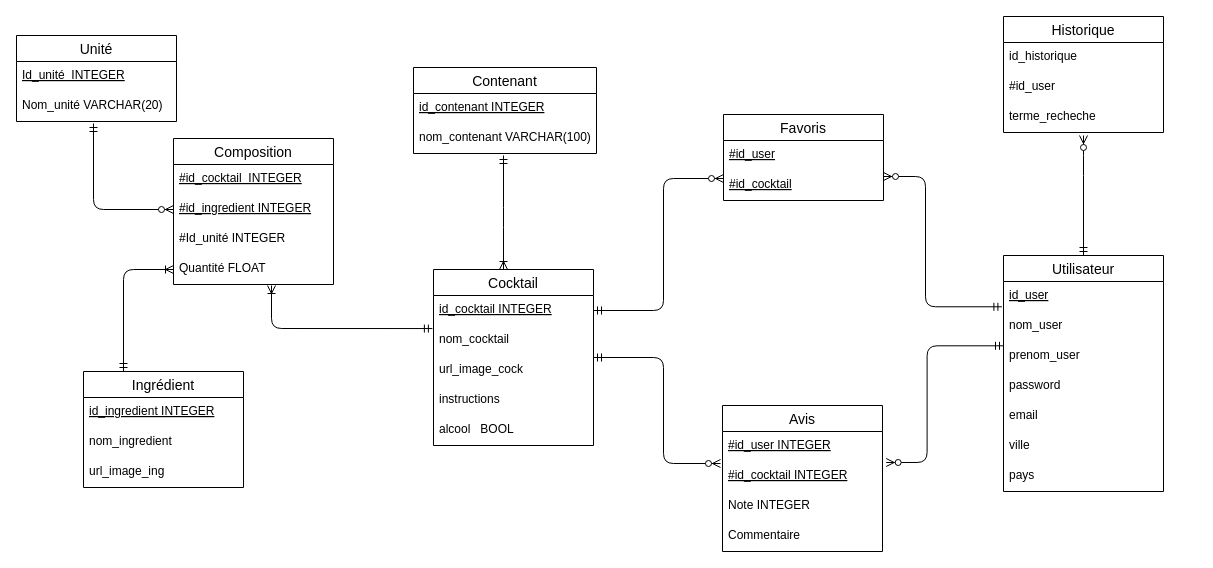
snouatin/ProjetInfo2A keeps this draw.io diagram as Diagramme de Base de données.drawio. Above is the earlier version. Source tidied: cells renumbered, new cells numbered last; positions are measured from the earlier drawing's top-left corner, leaving out a move shared by most shapes. Both pictures are drawn from the tidied source at 100%, with x=0, y=0 at pixel (16, 16).
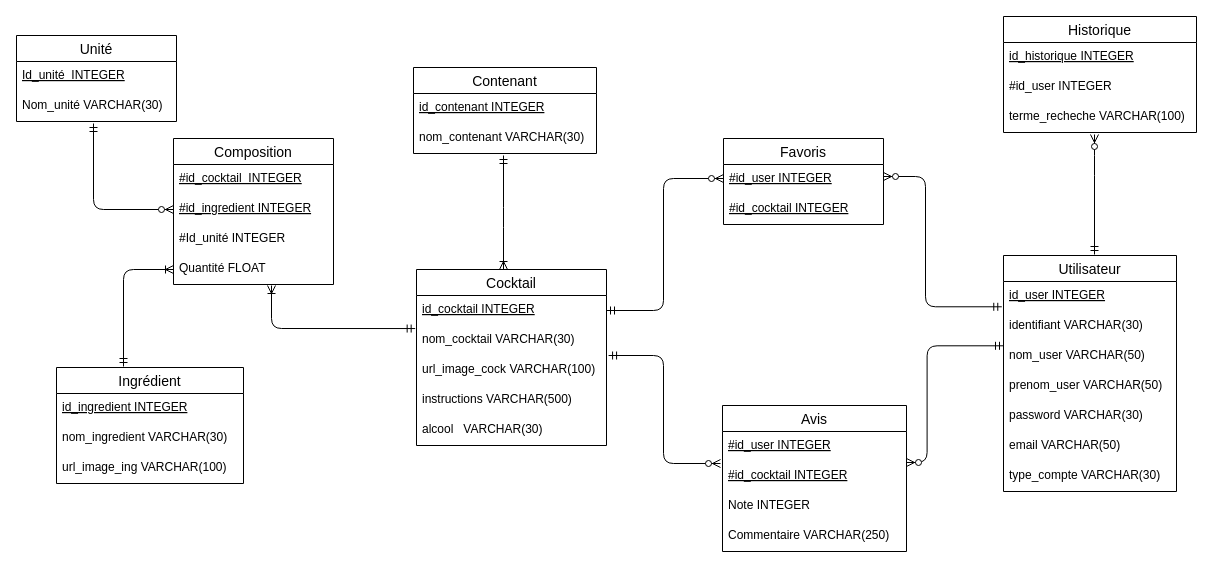
The same page after the edit.

The change refers to these unchanged cells:
```xml
<mxCell id="19" value="Quantité FLOAT" style="text;strokeColor=none;fillColor=none;spacingLeft=4;spacingRight=4;overflow=hidden;points=[[0,0.5],[1,0.5]];portConstraint=eastwest;fontSize=12;fontStyle=0;" parent="15" vertex="1">
  <mxGeometry y="116" width="160" height="30" as="geometry" />
</mxCell>
<mxCell id="20" value="Unité" style="swimlane;fontStyle=0;horizontal=1;startSize=26;align=center;fontSize=14;" parent="1" vertex="1">
  <mxGeometry y="19" width="160" height="86" as="geometry" />
</mxCell>
<mxCell id="37" value="Contenant" style="swimlane;fontStyle=0;horizontal=1;startSize=26;align=center;fontSize=14;" parent="1" vertex="1">
  <mxGeometry x="397" y="51" width="183" height="86" as="geometry" />
</mxCell>
```

Change to the diagram source:
```diff
@@
-    <mxCell id="3" style="edgeStyle=elbowEdgeStyle;fontSize=12;html=1;endArrow=ERoneToMany;startArrow=ERmandOne;exitX=0.25;exitY=0;exitDx=0;exitDy=0;entryX=0;entryY=0.5;entryDx=0;entryDy=0;" parent="1" edge="1" source="11" target="19">
+    <mxCell id="3" style="edgeStyle=elbowEdgeStyle;fontSize=12;html=1;endArrow=ERoneToMany;startArrow=ERmandOne;entryX=0;entryY=0.5;entryDx=0;entryDy=0;" parent="1" edge="1" target="19">
       <mxGeometry relative="1" as="geometry">
+        <mxPoint x="107" y="350" as="sourcePoint" />
         <Array as="points">
           <mxPoint x="107" y="309" />
         </Array>
       </mxGeometry>
     </mxCell>
@@
-    <mxCell id="8" style="edgeStyle=elbowEdgeStyle;fontSize=12;html=1;endArrow=ERzeroToMany;startArrow=ERmandOne;exitX=1;exitY=0.5;exitDx=0;exitDy=0;" parent="1" edge="1">
+    <mxCell id="8" style="edgeStyle=elbowEdgeStyle;fontSize=12;html=1;endArrow=ERzeroToMany;startArrow=ERmandOne;exitX=1.011;exitY=0;exitDx=0;exitDy=0;exitPerimeter=0;" parent="1" edge="1" source="26">
       <mxGeometry relative="1" as="geometry">
-        <mxPoint x="577" y="341" as="sourcePoint" />
         <mxPoint x="704" y="447" as="targetPoint" />
         <Array as="points">
           <mxPoint x="647" y="286" />
         </Array>
       </mxGeometry>
     </mxCell>
-    <mxCell id="9" style="edgeStyle=elbowEdgeStyle;fontSize=12;html=1;endArrow=ERzeroToMany;startArrow=ERmandOne;exitX=-0.01;exitY=-0.157;exitDx=0;exitDy=0;exitPerimeter=0;entryX=1.023;entryY=0.033;entryDx=0;entryDy=0;entryPerimeter=0;" parent="1" edge="1" target="34">
+    <mxCell id="9" style="edgeStyle=elbowEdgeStyle;fontSize=12;html=1;endArrow=ERzeroToMany;startArrow=ERmandOne;exitX=-0.01;exitY=-0.157;exitDx=0;exitDy=0;exitPerimeter=0;entryX=1;entryY=0.033;entryDx=0;entryDy=0;entryPerimeter=0;" parent="1" edge="1" target="34">
       <mxGeometry relative="1" as="geometry">
         <mxPoint x="987" y="329.3" as="sourcePoint" />
         <Array as="points">
           <mxPoint x="910.6" y="291" />
         </Array>
       </mxGeometry>
     </mxCell>
-    <mxCell id="10" style="edgeStyle=elbowEdgeStyle;fontSize=12;html=1;endArrow=ERzeroToMany;startArrow=ERmandOne;exitX=0.5;exitY=0;exitDx=0;exitDy=0;elbow=vertical;" parent="1" edge="1" source="40">
+    <mxCell id="10" style="edgeStyle=elbowEdgeStyle;fontSize=12;html=1;endArrow=ERzeroToMany;startArrow=ERmandOne;elbow=vertical;" parent="1" edge="1">
       <mxGeometry relative="1" as="geometry">
-        <mxPoint x="1067" y="119" as="targetPoint" />
+        <mxPoint x="1078" y="238" as="sourcePoint" />
+        <mxPoint x="1078" y="118" as="targetPoint" />
         <Array as="points">
           <mxPoint x="1057" y="149" />
         </Array>
       </mxGeometry>
     </mxCell>
     <mxCell id="11" value="Ingrédient" style="swimlane;fontStyle=0;horizontal=1;startSize=26;align=center;fontSize=14;" parent="1" vertex="1">
-      <mxGeometry x="67" y="355" width="160" height="116" as="geometry" />
+      <mxGeometry x="40" y="351" width="187" height="116" as="geometry" />
     </mxCell>
     <mxCell id="12" value="id_ingredient INTEGER" style="text;strokeColor=none;fillColor=none;spacingLeft=4;spacingRight=4;overflow=hidden;fontSize=12;fontStyle=4;" parent="11" vertex="1">
-      <mxGeometry y="26" width="160" height="30" as="geometry" />
+      <mxGeometry y="26" width="187" height="30" as="geometry" />
     </mxCell>
-    <mxCell id="13" value="nom_ingredient" style="text;strokeColor=none;fillColor=none;spacingLeft=4;spacingRight=4;overflow=hidden;fontSize=12;" parent="11" vertex="1">
-      <mxGeometry y="56" width="160" height="30" as="geometry" />
+    <mxCell id="13" value="nom_ingredient VARCHAR(30)" style="text;strokeColor=none;fillColor=none;spacingLeft=4;spacingRight=4;overflow=hidden;fontSize=12;" parent="11" vertex="1">
+      <mxGeometry y="56" width="187" height="30" as="geometry" />
     </mxCell>
-    <mxCell id="14" value="url_image_ing" style="text;strokeColor=none;fillColor=none;spacingLeft=4;spacingRight=4;overflow=hidden;fontSize=12;" parent="11" vertex="1">
-      <mxGeometry y="86" width="160" height="30" as="geometry" />
+    <mxCell id="14" value="url_image_ing VARCHAR(100)" style="text;strokeColor=none;fillColor=none;spacingLeft=4;spacingRight=4;overflow=hidden;fontSize=12;" parent="11" vertex="1">
+      <mxGeometry y="86" width="187" height="30" as="geometry" />
     </mxCell>
@@
-    <mxCell id="22" value="Nom_unité VARCHAR(20)" style="text;strokeColor=none;fillColor=none;spacingLeft=4;spacingRight=4;overflow=hidden;fontSize=12;" parent="20" vertex="1">
+    <mxCell id="22" value="Nom_unité VARCHAR(30)" style="text;strokeColor=none;fillColor=none;spacingLeft=4;spacingRight=4;overflow=hidden;fontSize=12;" parent="20" vertex="1">
       <mxGeometry y="56" width="160" height="30" as="geometry" />
     </mxCell>
     <mxCell id="23" value="Cocktail" style="swimlane;fontStyle=0;horizontal=1;startSize=26;align=center;fontSize=14;" parent="1" vertex="1">
-      <mxGeometry x="417" y="253" width="160" height="176" as="geometry" />
+      <mxGeometry x="400" y="253" width="190" height="176" as="geometry" />
     </mxCell>
     <mxCell id="24" value="id_cocktail INTEGER" style="text;strokeColor=none;fillColor=none;spacingLeft=4;spacingRight=4;overflow=hidden;points=[[0,0.5],[1,0.5]];portConstraint=eastwest;fontSize=12;fontStyle=4;" parent="23" vertex="1">
-      <mxGeometry y="26" width="160" height="30" as="geometry" />
+      <mxGeometry y="26" width="190" height="30" as="geometry" />
     </mxCell>
-    <mxCell id="25" value="nom_cocktail" style="text;strokeColor=none;fillColor=none;spacingLeft=4;spacingRight=4;overflow=hidden;points=[[0,0.5],[1,0.5]];portConstraint=eastwest;fontSize=12;" parent="23" vertex="1">
-      <mxGeometry y="56" width="160" height="30" as="geometry" />
+    <mxCell id="25" value="nom_cocktail VARCHAR(30)" style="text;strokeColor=none;fillColor=none;spacingLeft=4;spacingRight=4;overflow=hidden;points=[[0,0.5],[1,0.5]];portConstraint=eastwest;fontSize=12;" parent="23" vertex="1">
+      <mxGeometry y="56" width="190" height="30" as="geometry" />
     </mxCell>
-    <mxCell id="26" value="url_image_cock" style="text;strokeColor=none;fillColor=none;spacingLeft=4;spacingRight=4;overflow=hidden;points=[[0,0.5],[1,0.5]];portConstraint=eastwest;fontSize=12;" parent="23" vertex="1">
-      <mxGeometry y="86" width="160" height="30" as="geometry" />
+    <mxCell id="26" value="url_image_cock VARCHAR(100)" style="text;strokeColor=none;fillColor=none;spacingLeft=4;spacingRight=4;overflow=hidden;points=[[0,0.5],[1,0.5]];portConstraint=eastwest;fontSize=12;" parent="23" vertex="1">
+      <mxGeometry y="86" width="190" height="30" as="geometry" />
     </mxCell>
-    <mxCell id="27" value="instructions" style="text;strokeColor=none;fillColor=none;spacingLeft=4;spacingRight=4;overflow=hidden;fontSize=12;" parent="23" vertex="1">
-      <mxGeometry y="116" width="160" height="30" as="geometry" />
+    <mxCell id="27" value="instructions VARCHAR(500)" style="text;strokeColor=none;fillColor=none;spacingLeft=4;spacingRight=4;overflow=hidden;fontSize=12;" parent="23" vertex="1">
+      <mxGeometry y="116" width="190" height="30" as="geometry" />
     </mxCell>
-    <mxCell id="28" value="alcool   BOOL" style="text;strokeColor=none;fillColor=none;spacingLeft=4;spacingRight=4;overflow=hidden;fontSize=12;" parent="23" vertex="1">
-      <mxGeometry y="146" width="160" height="30" as="geometry" />
+    <mxCell id="28" value="alcool   VARCHAR(30)" style="text;strokeColor=none;fillColor=none;spacingLeft=4;spacingRight=4;overflow=hidden;fontSize=12;" parent="23" vertex="1">
+      <mxGeometry y="146" width="190" height="30" as="geometry" />
     </mxCell>
     <mxCell id="29" value="Favoris" style="swimlane;fontStyle=0;horizontal=1;startSize=26;align=center;fontSize=14;" parent="1" vertex="1">
-      <mxGeometry x="707" y="98" width="160" height="86" as="geometry" />
+      <mxGeometry x="707" y="122" width="160" height="86" as="geometry" />
     </mxCell>
-    <mxCell id="30" value="#id_user" style="text;strokeColor=none;fillColor=none;spacingLeft=4;spacingRight=4;overflow=hidden;fontSize=12;fontStyle=4;" parent="29" vertex="1">
+    <mxCell id="30" value="#id_user INTEGER" style="text;strokeColor=none;fillColor=none;spacingLeft=4;spacingRight=4;overflow=hidden;fontSize=12;fontStyle=4;" parent="29" vertex="1">
       <mxGeometry y="26" width="160" height="30" as="geometry" />
     </mxCell>
-    <mxCell id="31" value="#id_cocktail" style="text;strokeColor=none;fillColor=none;spacingLeft=4;spacingRight=4;overflow=hidden;fontSize=12;fontStyle=4;" parent="29" vertex="1">
+    <mxCell id="31" value="#id_cocktail INTEGER" style="text;strokeColor=none;fillColor=none;spacingLeft=4;spacingRight=4;overflow=hidden;fontSize=12;fontStyle=4;" parent="29" vertex="1">
       <mxGeometry y="56" width="160" height="30" as="geometry" />
     </mxCell>
     <mxCell id="32" value="Avis" style="swimlane;fontStyle=0;horizontal=1;startSize=26;align=center;fontSize=14;" parent="1" vertex="1">
-      <mxGeometry x="706" y="389" width="160" height="146" as="geometry" />
+      <mxGeometry x="706" y="389" width="184" height="146" as="geometry" />
     </mxCell>
     <mxCell id="33" value="#id_user INTEGER" style="text;strokeColor=none;fillColor=none;spacingLeft=4;spacingRight=4;overflow=hidden;fontSize=12;fontStyle=4;" parent="32" vertex="1">
-      <mxGeometry y="26" width="160" height="30" as="geometry" />
+      <mxGeometry y="26" width="184" height="30" as="geometry" />
     </mxCell>
     <mxCell id="34" value="#id_cocktail INTEGER" style="text;strokeColor=none;fillColor=none;spacingLeft=4;spacingRight=4;overflow=hidden;points=[[0,0.5],[1,0.5]];portConstraint=eastwest;fontSize=12;fontStyle=4;" parent="32" vertex="1">
-      <mxGeometry y="56" width="160" height="30" as="geometry" />
+      <mxGeometry y="56" width="184" height="30" as="geometry" />
     </mxCell>
     <mxCell id="35" value="Note INTEGER" style="text;strokeColor=none;fillColor=none;spacingLeft=4;spacingRight=4;overflow=hidden;fontSize=12;fontStyle=0;" parent="32" vertex="1">
-      <mxGeometry y="86" width="160" height="30" as="geometry" />
+      <mxGeometry y="86" width="184" height="30" as="geometry" />
     </mxCell>
-    <mxCell id="36" value="Commentaire" style="text;strokeColor=none;fillColor=none;spacingLeft=4;spacingRight=4;overflow=hidden;fontSize=12;" parent="32" vertex="1">
-      <mxGeometry y="116" width="160" height="30" as="geometry" />
+    <mxCell id="36" value="Commentaire VARCHAR(250)" style="text;strokeColor=none;fillColor=none;spacingLeft=4;spacingRight=4;overflow=hidden;fontSize=12;" parent="32" vertex="1">
+      <mxGeometry y="116" width="184" height="30" as="geometry" />
     </mxCell>
@@
-    <mxCell id="39" value="nom_contenant VARCHAR(100)" style="text;strokeColor=none;fillColor=none;spacingLeft=4;spacingRight=4;overflow=hidden;fontSize=12;" parent="37" vertex="1">
+    <mxCell id="39" value="nom_contenant VARCHAR(30)" style="text;strokeColor=none;fillColor=none;spacingLeft=4;spacingRight=4;overflow=hidden;fontSize=12;" parent="37" vertex="1">
       <mxGeometry y="56" width="183" height="30" as="geometry" />
     </mxCell>
     <mxCell id="40" value="Utilisateur" style="swimlane;fontStyle=0;horizontal=1;startSize=26;align=center;fontSize=14;" parent="1" vertex="1">
-      <mxGeometry x="987" y="239" width="160" height="236" as="geometry" />
+      <mxGeometry x="987" y="239" width="173" height="236" as="geometry" />
     </mxCell>
-    <mxCell id="41" value="id_user" style="text;strokeColor=none;fillColor=none;spacingLeft=4;spacingRight=4;overflow=hidden;fontSize=12;fontStyle=4;" parent="40" vertex="1">
-      <mxGeometry y="26" width="160" height="30" as="geometry" />
+    <mxCell id="41" value="id_user INTEGER" style="text;strokeColor=none;fillColor=none;spacingLeft=4;spacingRight=4;overflow=hidden;fontSize=12;fontStyle=4;" parent="40" vertex="1">
+      <mxGeometry y="26" width="173" height="30" as="geometry" />
     </mxCell>
-    <mxCell id="42" value="nom_user" style="text;strokeColor=none;fillColor=none;spacingLeft=4;spacingRight=4;overflow=hidden;points=[[0,0.5],[1,0.5]];portConstraint=eastwest;fontSize=12;" parent="40" vertex="1">
-      <mxGeometry y="56" width="160" height="30" as="geometry" />
+    <mxCell id="42" value="identifiant VARCHAR(30)" style="text;strokeColor=none;fillColor=none;spacingLeft=4;spacingRight=4;overflow=hidden;points=[[0,0.5],[1,0.5]];portConstraint=eastwest;fontSize=12;" parent="40" vertex="1">
+      <mxGeometry y="56" width="173" height="30" as="geometry" />
     </mxCell>
+    <mxCell id="52" value="nom_user VARCHAR(50)" style="text;strokeColor=none;fillColor=none;spacingLeft=4;spacingRight=4;overflow=hidden;fontSize=12;" parent="40" vertex="1">
+      <mxGeometry y="86" width="173" height="30" as="geometry" />
+    </mxCell>
-    <mxCell id="43" value="prenom_user" style="text;strokeColor=none;fillColor=none;spacingLeft=4;spacingRight=4;overflow=hidden;fontSize=12;" parent="40" vertex="1">
-      <mxGeometry y="86" width="160" height="30" as="geometry" />
+    <mxCell id="43" value="prenom_user VARCHAR(50)" style="text;strokeColor=none;fillColor=none;spacingLeft=4;spacingRight=4;overflow=hidden;fontSize=12;" parent="40" vertex="1">
+      <mxGeometry y="116" width="173" height="30" as="geometry" />
     </mxCell>
-    <mxCell id="44" value="password" style="text;strokeColor=none;fillColor=none;spacingLeft=4;spacingRight=4;overflow=hidden;fontSize=12;" parent="40" vertex="1">
-      <mxGeometry y="116" width="160" height="30" as="geometry" />
+    <mxCell id="44" value="password VARCHAR(30)" style="text;strokeColor=none;fillColor=none;spacingLeft=4;spacingRight=4;overflow=hidden;fontSize=12;" parent="40" vertex="1">
+      <mxGeometry y="146" width="173" height="30" as="geometry" />
     </mxCell>
-    <mxCell id="45" value="email" style="text;strokeColor=none;fillColor=none;spacingLeft=4;spacingRight=4;overflow=hidden;fontSize=12;" parent="40" vertex="1">
-      <mxGeometry y="146" width="160" height="30" as="geometry" />
+    <mxCell id="45" value="email VARCHAR(50)" style="text;strokeColor=none;fillColor=none;spacingLeft=4;spacingRight=4;overflow=hidden;fontSize=12;" parent="40" vertex="1">
+      <mxGeometry y="176" width="173" height="30" as="geometry" />
     </mxCell>
-    <mxCell id="46" value="ville" style="text;strokeColor=none;fillColor=none;spacingLeft=4;spacingRight=4;overflow=hidden;fontSize=12;" parent="40" vertex="1">
-      <mxGeometry y="176" width="160" height="30" as="geometry" />
+    <mxCell id="46" value="type_compte VARCHAR(30)" style="text;strokeColor=none;fillColor=none;spacingLeft=4;spacingRight=4;overflow=hidden;fontSize=12;" parent="40" vertex="1">
+      <mxGeometry y="206" width="173" height="30" as="geometry" />
     </mxCell>
-    <mxCell id="47" value="pays" style="text;strokeColor=none;fillColor=none;spacingLeft=4;spacingRight=4;overflow=hidden;fontSize=12;" parent="40" vertex="1">
-      <mxGeometry y="206" width="160" height="30" as="geometry" />
-    </mxCell>
     <mxCell id="48" value="Historique" style="swimlane;fontStyle=0;horizontal=1;startSize=26;align=center;fontSize=14;" parent="1" vertex="1">
-      <mxGeometry x="987" width="160" height="116" as="geometry" />
+      <mxGeometry x="987" width="193" height="116" as="geometry" />
     </mxCell>
-    <mxCell id="49" value="id_historique" style="text;strokeColor=none;fillColor=none;spacingLeft=4;spacingRight=4;overflow=hidden;fontSize=12;" parent="48" vertex="1">
-      <mxGeometry y="26" width="160" height="30" as="geometry" />
+    <mxCell id="49" value="id_historique INTEGER" style="text;strokeColor=none;fillColor=none;spacingLeft=4;spacingRight=4;overflow=hidden;fontSize=12;fontStyle=4;" parent="48" vertex="1">
+      <mxGeometry y="26" width="193" height="30" as="geometry" />
     </mxCell>
-    <mxCell id="50" value="#id_user" style="text;strokeColor=none;fillColor=none;spacingLeft=4;spacingRight=4;overflow=hidden;fontSize=12;" parent="48" vertex="1">
-      <mxGeometry y="56" width="160" height="30" as="geometry" />
+    <mxCell id="50" value="#id_user INTEGER" style="text;strokeColor=none;fillColor=none;spacingLeft=4;spacingRight=4;overflow=hidden;fontSize=12;" parent="48" vertex="1">
+      <mxGeometry y="56" width="193" height="30" as="geometry" />
     </mxCell>
-    <mxCell id="51" value="terme_recheche" style="text;strokeColor=none;fillColor=none;spacingLeft=4;spacingRight=4;overflow=hidden;fontSize=12;" parent="48" vertex="1">
-      <mxGeometry y="86" width="160" height="30" as="geometry" />
+    <mxCell id="51" value="terme_recheche VARCHAR(100)" style="text;strokeColor=none;fillColor=none;spacingLeft=4;spacingRight=4;overflow=hidden;fontSize=12;" parent="48" vertex="1">
+      <mxGeometry y="86" width="193" height="30" as="geometry" />
     </mxCell>
```
